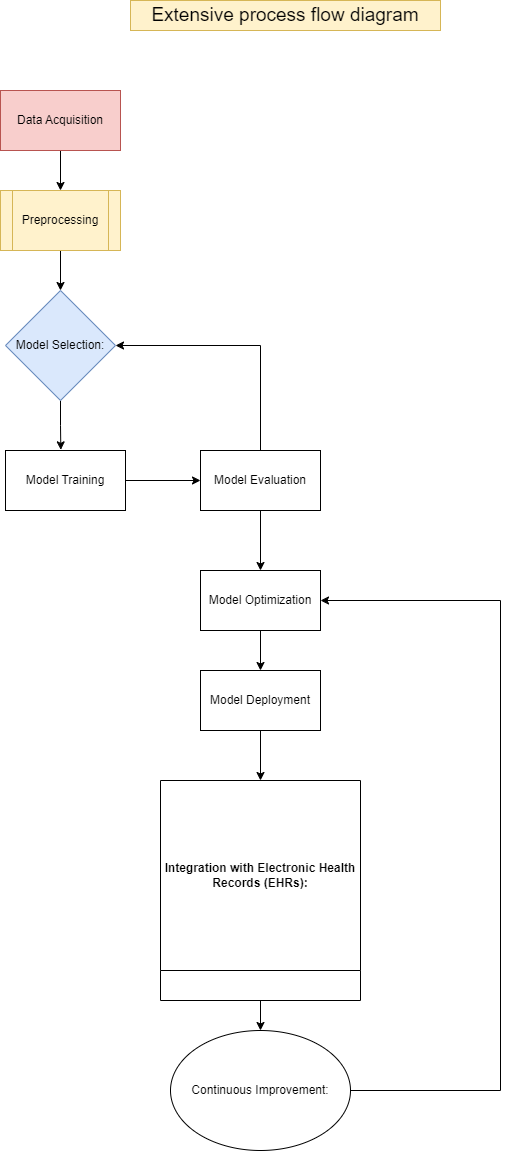
belanasaikiran/FlowCharts keeps this draw.io diagram as Lung Cancer Detection.drawio.png. Above is the earlier version. Source tidied: cells renumbered, new cells last; positions are measured from the earlier drawing's top-left corner, leaving out a move shared by most shapes.
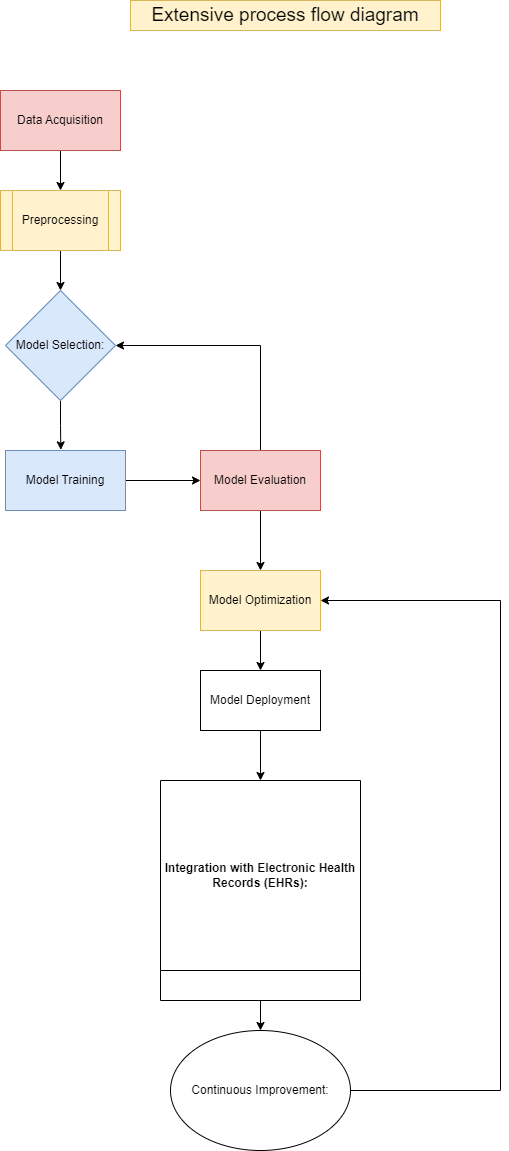
The same file after the commit.

What changed in the source:
```diff
@@ -23,7 +23,7 @@
     <mxCell id="8" style="edgeStyle=orthogonalEdgeStyle;rounded=0;jettySize=auto;html=1;exitX=1;exitY=0.5;exitDx=0;exitDy=0;" parent="1" edge="1" source="9" target="12">
       <mxGeometry relative="1" as="geometry" />
     </mxCell>
-    <mxCell id="9" value="Model Training" style="rounded=0;whiteSpace=wrap;html=1;" parent="1" vertex="1">
+    <mxCell id="9" value="Model Training" style="rounded=0;whiteSpace=wrap;html=1;fillColor=#dae8fc;strokeColor=#6c8ebf;" parent="1" vertex="1">
       <mxGeometry x="5" y="450" width="120" height="60" as="geometry" />
     </mxCell>
     <mxCell id="10" style="edgeStyle=orthogonalEdgeStyle;rounded=0;jettySize=auto;html=1;entryX=1;entryY=0.5;entryDx=0;entryDy=0;" parent="1" edge="1" source="12" target="7">
@@ -36,13 +36,13 @@
     <mxCell id="11" style="edgeStyle=orthogonalEdgeStyle;rounded=0;jettySize=auto;html=1;exitX=0.5;exitY=1;exitDx=0;exitDy=0;entryX=0.5;entryY=0;entryDx=0;entryDy=0;" parent="1" edge="1" source="12" target="14">
       <mxGeometry relative="1" as="geometry" />
     </mxCell>
-    <mxCell id="12" value="Model Evaluation" style="rounded=0;whiteSpace=wrap;html=1;" parent="1" vertex="1">
+    <mxCell id="12" value="Model Evaluation" style="rounded=0;whiteSpace=wrap;html=1;fillColor=#f8cecc;strokeColor=#b85450;" parent="1" vertex="1">
       <mxGeometry x="200" y="450" width="120" height="60" as="geometry" />
     </mxCell>
     <mxCell id="13" style="edgeStyle=orthogonalEdgeStyle;rounded=0;jettySize=auto;html=1;exitX=0.5;exitY=1;exitDx=0;exitDy=0;entryX=0.5;entryY=0;entryDx=0;entryDy=0;" parent="1" edge="1" source="14" target="16">
       <mxGeometry relative="1" as="geometry" />
     </mxCell>
-    <mxCell id="14" value="Model Optimization" style="rounded=0;whiteSpace=wrap;html=1;" parent="1" vertex="1">
+    <mxCell id="14" value="Model Optimization" style="rounded=0;whiteSpace=wrap;html=1;fillColor=#fff2cc;strokeColor=#d6b656;" parent="1" vertex="1">
       <mxGeometry x="200" y="570" width="120" height="60" as="geometry" />
     </mxCell>
     <mxCell id="15" style="edgeStyle=orthogonalEdgeStyle;rounded=0;jettySize=auto;html=1;exitX=0.5;exitY=1;exitDx=0;exitDy=0;entryX=0.5;entryY=0;entryDx=0;entryDy=0;" parent="1" edge="1" source="16" target="18">
```
